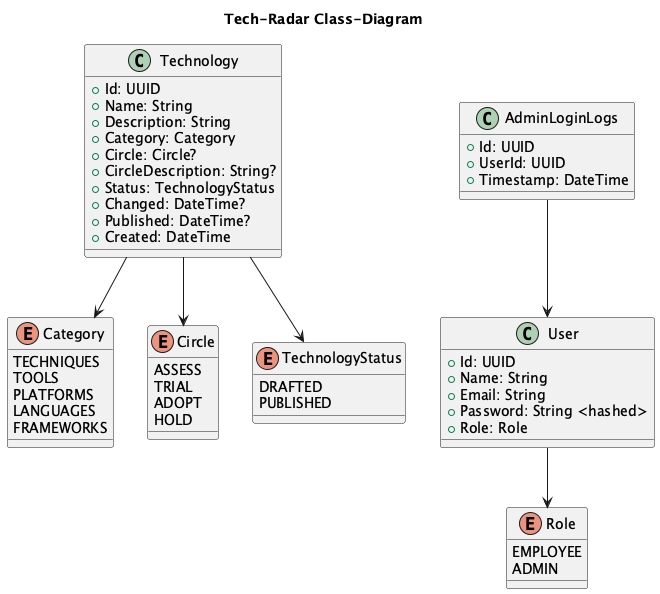
Before: docs/images/datamodel.png, a diagram exported from PlantUML (kwstnr/weblab-tech-radar).
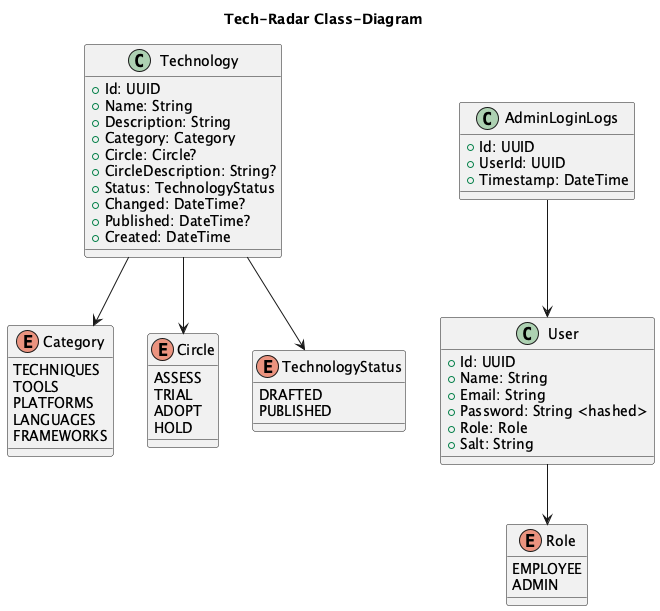
The same diagram one commit later.

Commit message:
docs(datamodel): add salt to datamodel

What changed in the source:
```diff
@@ -21,6 +21,7 @@
   + Email: String
   + Password: String <hashed>
   + Role: Role
+  + Salt: String
 }
 
 class AdminLoginLogs {
```
